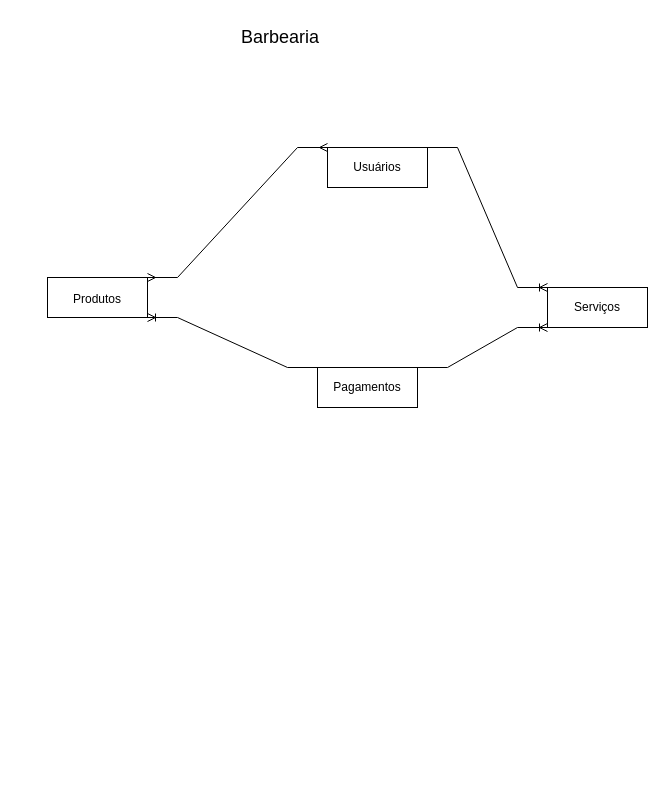
Earlier version of the draw.io diagram exercicio modelagem dados/MER-Grupo2-SiSTEMA-Correios.drawio (carlinhoshk/Aulas-Senac-2PF). Source tidied: cells renumbered, new cells numbered last; positions are measured from the earlier drawing's top-left corner, leaving out a move shared by most shapes. Both pictures are drawn from the tidied source at 100%, with x=0, y=0 at pixel (47, 17).
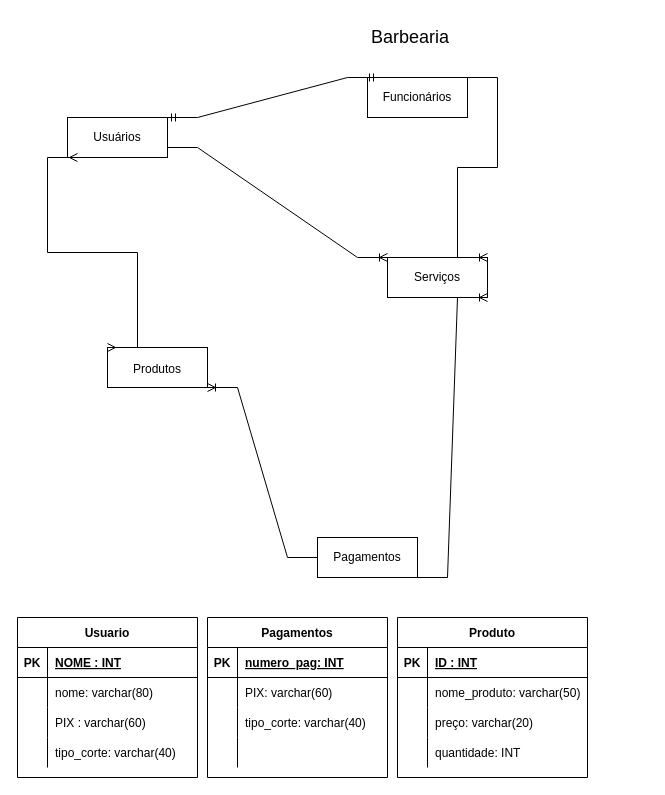
Above is the later version.

What changed in the source:
```diff
@@
     <mxCell id="2" value="Usuários&lt;br&gt;" style="whiteSpace=wrap;html=1;align=center;" parent="1" vertex="1">
-      <mxGeometry x="280" y="130" width="100" height="40" as="geometry" />
+      <mxGeometry x="20" y="100" width="100" height="40" as="geometry" />
     </mxCell>
     <mxCell id="3" value="Serviços" style="whiteSpace=wrap;html=1;align=center;" parent="1" vertex="1">
-      <mxGeometry x="500" y="270" width="100" height="40" as="geometry" />
+      <mxGeometry x="340" y="240" width="100" height="40" as="geometry" />
     </mxCell>
     <mxCell id="4" value="Pagamentos&lt;br&gt;" style="whiteSpace=wrap;html=1;align=center;" parent="1" vertex="1">
-      <mxGeometry x="270" y="350" width="100" height="40" as="geometry" />
+      <mxGeometry x="270" y="520" width="100" height="40" as="geometry" />
     </mxCell>
     <mxCell id="5" value="&lt;font style=&quot;font-size: 18px;&quot;&gt;Barbearia&amp;nbsp;&lt;/font&gt;" style="text;html=1;align=center;verticalAlign=middle;fillColor=none;strokeColor=none;rounded=0;" parent="1" vertex="1">
-      <mxGeometry x="180" width="110" height="40" as="geometry" />
+      <mxGeometry x="310" width="110" height="40" as="geometry" />
     </mxCell>
-    <mxCell id="6" style="edgeStyle=entityRelationEdgeStyle;fontSize=12;html=1;endArrow=ERoneToMany;rounded=0;entryX=0;entryY=0;entryDx=0;entryDy=0;exitX=1;exitY=0;exitDx=0;exitDy=0;" parent="1" edge="1" source="2" target="3">
+    <mxCell id="6" style="edgeStyle=entityRelationEdgeStyle;fontSize=12;html=1;endArrow=ERoneToMany;rounded=0;entryX=0;entryY=0;entryDx=0;entryDy=0;exitX=1;exitY=0.75;exitDx=0;exitDy=0;" parent="1" edge="1" source="2" target="3">
       <mxGeometry relative="1" as="geometry" />
     </mxCell>
-    <mxCell id="7" style="edgeStyle=entityRelationEdgeStyle;fontSize=12;html=1;endArrow=ERoneToMany;rounded=0;entryX=0;entryY=1;entryDx=0;entryDy=0;exitX=1;exitY=0;exitDx=0;exitDy=0;" parent="1" edge="1" source="4" target="3">
+    <mxCell id="7" style="edgeStyle=entityRelationEdgeStyle;fontSize=12;html=1;endArrow=ERoneToMany;rounded=0;entryX=1;entryY=1;entryDx=0;entryDy=0;exitX=1;exitY=1;exitDx=0;exitDy=0;" parent="1" edge="1" source="4" target="3">
       <mxGeometry relative="1" as="geometry" />
     </mxCell>
     <mxCell id="8" value="&lt;font style=&quot;font-size: 12px;&quot;&gt;Produtos&lt;/font&gt;" style="whiteSpace=wrap;html=1;align=center;fontSize=18;" parent="1" vertex="1">
-      <mxGeometry y="260" width="100" height="40" as="geometry" />
+      <mxGeometry x="60" y="330" width="100" height="40" as="geometry" />
     </mxCell>
-    <mxCell id="9" style="edgeStyle=entityRelationEdgeStyle;fontSize=12;html=1;endArrow=ERmany;startArrow=ERmany;rounded=0;exitX=1;exitY=0;exitDx=0;exitDy=0;entryX=0;entryY=0;entryDx=0;entryDy=0;" parent="1" edge="1" source="8" target="2">
-      <mxGeometry relative="1" as="geometry" />
+    <mxCell id="9" style="edgeStyle=entityRelationEdgeStyle;fontSize=12;html=1;endArrow=ERmany;startArrow=ERmany;rounded=0;exitX=0;exitY=0;exitDx=0;exitDy=0;" parent="1" edge="1" source="8">
+      <mxGeometry relative="1" as="geometry">
+        <mxPoint x="30" y="140" as="targetPoint" />
+      </mxGeometry>
     </mxCell>
-    <mxCell id="10" style="edgeStyle=entityRelationEdgeStyle;fontSize=12;html=1;endArrow=ERoneToMany;rounded=0;entryX=1;entryY=1;entryDx=0;entryDy=0;exitX=0;exitY=0;exitDx=0;exitDy=0;" parent="1" edge="1" source="4" target="8">
+    <mxCell id="10" style="edgeStyle=entityRelationEdgeStyle;fontSize=12;html=1;endArrow=ERoneToMany;rounded=0;exitX=0;exitY=0.5;exitDx=0;exitDy=0;entryX=1;entryY=1;entryDx=0;entryDy=0;" parent="1" edge="1" source="4" target="8">
       <mxGeometry relative="1" as="geometry" />
     </mxCell>
+    <mxCell id="11" value="Funcionários" style="whiteSpace=wrap;html=1;align=center;fontSize=12;" parent="1" vertex="1">
+      <mxGeometry x="320" y="60" width="100" height="40" as="geometry" />
+    </mxCell>
+    <mxCell id="12" style="edgeStyle=entityRelationEdgeStyle;fontSize=12;html=1;endArrow=ERmandOne;startArrow=ERmandOne;rounded=0;exitX=1;exitY=0;exitDx=0;exitDy=0;" parent="1" edge="1" source="2">
+      <mxGeometry relative="1" as="geometry">
+        <mxPoint x="330" y="60" as="targetPoint" />
+      </mxGeometry>
+    </mxCell>
+    <mxCell id="13" style="edgeStyle=entityRelationEdgeStyle;fontSize=12;html=1;endArrow=ERoneToMany;rounded=0;entryX=1;entryY=0;entryDx=0;entryDy=0;exitX=1;exitY=0;exitDx=0;exitDy=0;" parent="1" edge="1" source="11" target="3">
+      <mxGeometry relative="1" as="geometry" />
+    </mxCell>
+    <mxCell id="14" value="Usuario" style="shape=table;startSize=30;childLayout=tableLayout;rowLines=0;fontStyle=1;align=center;fontSize=12;" parent="1" vertex="1">
+      <mxGeometry x="-30" y="600" width="180" height="160" as="geometry" />
+    </mxCell>
+    <mxCell id="15" style="shape=tableRow;horizontal=0;startSize=0;swimlaneHead=0;swimlaneBody=0;fillColor=none;top=0;left=0;right=0;bottom=1;fontSize=12;" parent="14" vertex="1">
+      <mxGeometry y="30" width="180" height="30" as="geometry" />
+    </mxCell>
+    <mxCell id="16" value="PK" style="shape=partialRectangle;fillColor=none;top=0;left=0;bottom=0;right=0;fontStyle=1;overflow=hidden;fontSize=12;" parent="15" vertex="1">
+      <mxGeometry width="30" height="30" as="geometry" />
+    </mxCell>
+    <mxCell id="17" value="NOME : INT" style="shape=partialRectangle;fillColor=none;top=0;left=0;bottom=0;right=0;align=left;spacingLeft=6;fontStyle=5;overflow=hidden;fontSize=12;" parent="15" vertex="1">
+      <mxGeometry x="30" width="150" height="30" as="geometry" />
+    </mxCell>
+    <mxCell id="18" style="shape=tableRow;horizontal=0;startSize=0;swimlaneHead=0;swimlaneBody=0;fillColor=none;top=0;left=0;right=0;bottom=0;fontSize=12;" parent="14" vertex="1">
+      <mxGeometry y="60" width="180" height="30" as="geometry" />
+    </mxCell>
+    <mxCell id="19" style="shape=partialRectangle;fillColor=none;top=0;left=0;bottom=0;right=0;overflow=hidden;fontSize=12;" parent="18" vertex="1">
+      <mxGeometry width="30" height="30" as="geometry" />
+    </mxCell>
+    <mxCell id="20" value="nome: varchar(80)" style="shape=partialRectangle;fillColor=none;top=0;left=0;bottom=0;right=0;align=left;spacingLeft=6;overflow=hidden;fontSize=12;" parent="18" vertex="1">
+      <mxGeometry x="30" width="150" height="30" as="geometry" />
+    </mxCell>
+    <mxCell id="21" style="shape=tableRow;horizontal=0;startSize=0;swimlaneHead=0;swimlaneBody=0;fillColor=none;top=0;left=0;right=0;bottom=0;fontSize=12;" parent="14" vertex="1">
+      <mxGeometry y="90" width="180" height="30" as="geometry" />
+    </mxCell>
+    <mxCell id="22" style="shape=partialRectangle;fillColor=none;top=0;left=0;bottom=0;right=0;overflow=hidden;fontSize=12;" parent="21" vertex="1">
+      <mxGeometry width="30" height="30" as="geometry" />
+    </mxCell>
+    <mxCell id="23" value="PIX : varchar(60)" style="shape=partialRectangle;fillColor=none;top=0;left=0;bottom=0;right=0;align=left;spacingLeft=6;overflow=hidden;fontSize=12;" parent="21" vertex="1">
+      <mxGeometry x="30" width="150" height="30" as="geometry" />
+    </mxCell>
+    <mxCell id="24" style="shape=tableRow;horizontal=0;startSize=0;swimlaneHead=0;swimlaneBody=0;fillColor=none;top=0;left=0;right=0;bottom=0;fontSize=12;" parent="14" vertex="1">
+      <mxGeometry y="120" width="180" height="30" as="geometry" />
+    </mxCell>
+    <mxCell id="25" style="shape=partialRectangle;fillColor=none;top=0;left=0;bottom=0;right=0;overflow=hidden;fontSize=12;" parent="24" vertex="1">
+      <mxGeometry width="30" height="30" as="geometry" />
+    </mxCell>
+    <mxCell id="26" value="tipo_corte: varchar(40)" style="shape=partialRectangle;fillColor=none;top=0;left=0;bottom=0;right=0;align=left;spacingLeft=6;overflow=hidden;fontSize=12;" parent="24" vertex="1">
+      <mxGeometry x="30" width="150" height="30" as="geometry" />
+    </mxCell>
+    <mxCell id="27" value="Pagamentos" style="shape=table;startSize=30;childLayout=tableLayout;rowLines=0;fontStyle=1;align=center;fontSize=12;" parent="1" vertex="1">
+      <mxGeometry x="160" y="600" width="180" height="160" as="geometry" />
+    </mxCell>
+    <mxCell id="28" style="shape=tableRow;horizontal=0;startSize=0;swimlaneHead=0;swimlaneBody=0;fillColor=none;top=0;left=0;right=0;bottom=1;fontSize=12;" parent="27" vertex="1">
+      <mxGeometry y="30" width="180" height="30" as="geometry" />
+    </mxCell>
+    <mxCell id="29" value="PK" style="shape=partialRectangle;fillColor=none;top=0;left=0;bottom=0;right=0;fontStyle=1;overflow=hidden;fontSize=12;" parent="28" vertex="1">
+      <mxGeometry width="30" height="30" as="geometry" />
+    </mxCell>
+    <mxCell id="30" value="numero_pag: INT" style="shape=partialRectangle;fillColor=none;top=0;left=0;bottom=0;right=0;align=left;spacingLeft=6;fontStyle=5;overflow=hidden;fontSize=12;" parent="28" vertex="1">
+      <mxGeometry x="30" width="150" height="30" as="geometry" />
+    </mxCell>
+    <mxCell id="31" style="shape=tableRow;horizontal=0;startSize=0;swimlaneHead=0;swimlaneBody=0;fillColor=none;top=0;left=0;right=0;bottom=0;fontSize=12;" parent="27" vertex="1">
+      <mxGeometry y="60" width="180" height="30" as="geometry" />
+    </mxCell>
+    <mxCell id="32" style="shape=partialRectangle;fillColor=none;top=0;left=0;bottom=0;right=0;overflow=hidden;fontSize=12;" parent="31" vertex="1">
+      <mxGeometry width="30" height="30" as="geometry" />
+    </mxCell>
+    <mxCell id="33" value="PIX: varchar(60)" style="shape=partialRectangle;fillColor=none;top=0;left=0;bottom=0;right=0;align=left;spacingLeft=6;overflow=hidden;fontSize=12;" parent="31" vertex="1">
+      <mxGeometry x="30" width="150" height="30" as="geometry" />
+    </mxCell>
+    <mxCell id="34" style="shape=tableRow;horizontal=0;startSize=0;swimlaneHead=0;swimlaneBody=0;fillColor=none;top=0;left=0;right=0;bottom=0;fontSize=12;" parent="27" vertex="1">
+      <mxGeometry y="90" width="180" height="30" as="geometry" />
+    </mxCell>
+    <mxCell id="35" style="shape=partialRectangle;fillColor=none;top=0;left=0;bottom=0;right=0;overflow=hidden;fontSize=12;" parent="34" vertex="1">
+      <mxGeometry width="30" height="30" as="geometry" />
+    </mxCell>
+    <mxCell id="36" value="tipo_corte: varchar(40)" style="shape=partialRectangle;fillColor=none;top=0;left=0;bottom=0;right=0;align=left;spacingLeft=6;overflow=hidden;fontSize=12;" parent="34" vertex="1">
+      <mxGeometry x="30" width="150" height="30" as="geometry" />
+    </mxCell>
+    <mxCell id="37" style="shape=tableRow;horizontal=0;startSize=0;swimlaneHead=0;swimlaneBody=0;fillColor=none;top=0;left=0;right=0;bottom=0;fontSize=12;" parent="27" vertex="1">
+      <mxGeometry y="120" width="180" height="30" as="geometry" />
+    </mxCell>
+    <mxCell id="38" style="shape=partialRectangle;fillColor=none;top=0;left=0;bottom=0;right=0;overflow=hidden;fontSize=12;" parent="37" vertex="1">
+      <mxGeometry width="30" height="30" as="geometry" />
+    </mxCell>
+    <mxCell id="39" style="shape=partialRectangle;fillColor=none;top=0;left=0;bottom=0;right=0;align=left;spacingLeft=6;overflow=hidden;fontSize=12;" parent="37" vertex="1">
+      <mxGeometry x="30" width="150" height="30" as="geometry" />
+    </mxCell>
+    <mxCell id="40" value="Produto" style="shape=table;startSize=30;childLayout=tableLayout;rowLines=0;fontStyle=1;align=center;fontSize=12;" parent="1" vertex="1">
+      <mxGeometry x="350" y="600" width="190" height="160" as="geometry" />
+    </mxCell>
+    <mxCell id="41" style="shape=tableRow;horizontal=0;startSize=0;swimlaneHead=0;swimlaneBody=0;fillColor=none;top=0;left=0;right=0;bottom=1;fontSize=12;" parent="40" vertex="1">
+      <mxGeometry y="30" width="190" height="30" as="geometry" />
+    </mxCell>
+    <mxCell id="42" value="PK" style="shape=partialRectangle;fillColor=none;top=0;left=0;bottom=0;right=0;fontStyle=1;overflow=hidden;fontSize=12;" parent="41" vertex="1">
+      <mxGeometry width="30" height="30" as="geometry" />
+    </mxCell>
+    <mxCell id="43" value="ID : INT" style="shape=partialRectangle;fillColor=none;top=0;left=0;bottom=0;right=0;align=left;spacingLeft=6;fontStyle=5;overflow=hidden;fontSize=12;" parent="41" vertex="1">
+      <mxGeometry x="30" width="160" height="30" as="geometry" />
+    </mxCell>
+    <mxCell id="44" style="shape=tableRow;horizontal=0;startSize=0;swimlaneHead=0;swimlaneBody=0;fillColor=none;top=0;left=0;right=0;bottom=0;fontSize=12;" parent="40" vertex="1">
+      <mxGeometry y="60" width="190" height="30" as="geometry" />
+    </mxCell>
+    <mxCell id="45" style="shape=partialRectangle;fillColor=none;top=0;left=0;bottom=0;right=0;overflow=hidden;fontSize=12;" parent="44" vertex="1">
+      <mxGeometry width="30" height="30" as="geometry" />
+    </mxCell>
+    <mxCell id="46" value="nome_produto: varchar(50)" style="shape=partialRectangle;fillColor=none;top=0;left=0;bottom=0;right=0;align=left;spacingLeft=6;overflow=hidden;fontSize=12;" parent="44" vertex="1">
+      <mxGeometry x="30" width="160" height="30" as="geometry" />
+    </mxCell>
+    <mxCell id="47" style="shape=tableRow;horizontal=0;startSize=0;swimlaneHead=0;swimlaneBody=0;fillColor=none;top=0;left=0;right=0;bottom=0;fontSize=12;" parent="40" vertex="1">
+      <mxGeometry y="90" width="190" height="30" as="geometry" />
+    </mxCell>
+    <mxCell id="48" style="shape=partialRectangle;fillColor=none;top=0;left=0;bottom=0;right=0;overflow=hidden;fontSize=12;" parent="47" vertex="1">
+      <mxGeometry width="30" height="30" as="geometry" />
+    </mxCell>
+    <mxCell id="49" value="preço: varchar(20)" style="shape=partialRectangle;fillColor=none;top=0;left=0;bottom=0;right=0;align=left;spacingLeft=6;overflow=hidden;fontSize=12;" parent="47" vertex="1">
+      <mxGeometry x="30" width="160" height="30" as="geometry" />
+    </mxCell>
+    <mxCell id="50" style="shape=tableRow;horizontal=0;startSize=0;swimlaneHead=0;swimlaneBody=0;fillColor=none;top=0;left=0;right=0;bottom=0;fontSize=12;" parent="40" vertex="1">
+      <mxGeometry y="120" width="190" height="30" as="geometry" />
+    </mxCell>
+    <mxCell id="51" style="shape=partialRectangle;fillColor=none;top=0;left=0;bottom=0;right=0;overflow=hidden;fontSize=12;" parent="50" vertex="1">
+      <mxGeometry width="30" height="30" as="geometry" />
+    </mxCell>
+    <mxCell id="52" value="quantidade: INT" style="shape=partialRectangle;fillColor=none;top=0;left=0;bottom=0;right=0;align=left;spacingLeft=6;overflow=hidden;fontSize=12;" parent="50" vertex="1">
+      <mxGeometry x="30" width="160" height="30" as="geometry" />
+    </mxCell>
```
